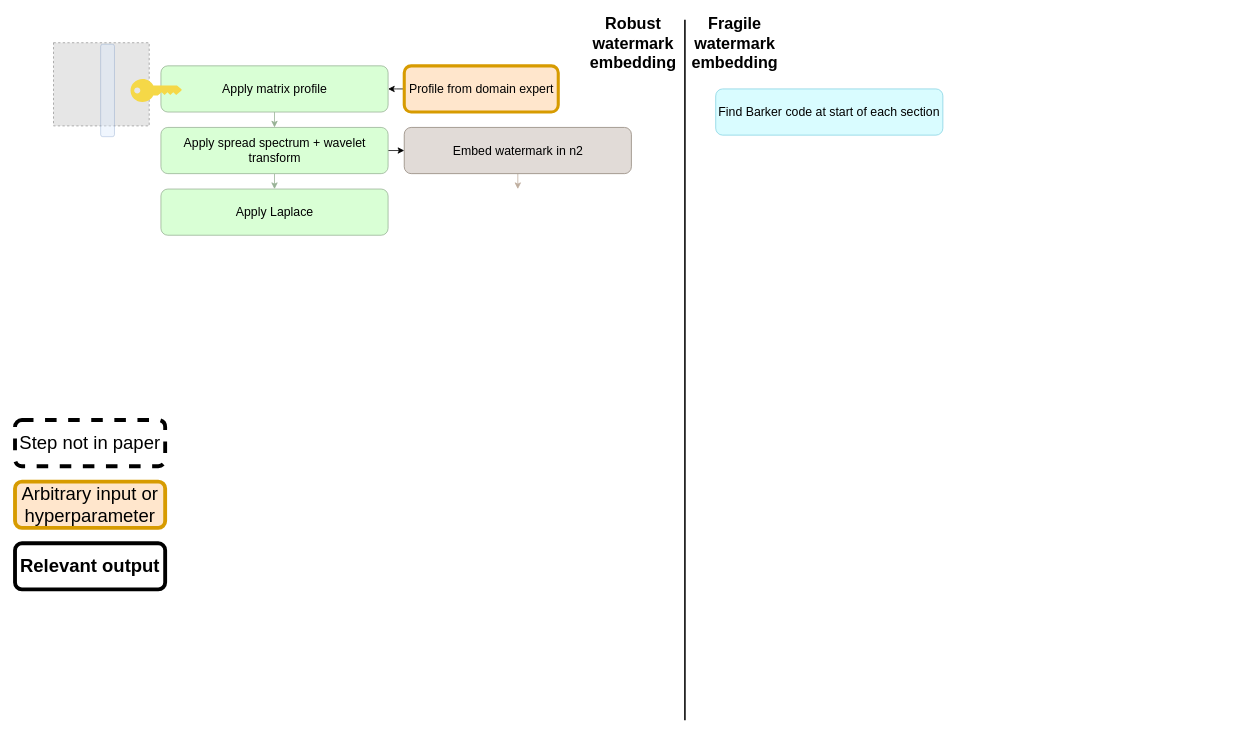
The draw.io diagram diagrams/own_idea.drawio in abiadf/watermarking, before the edit. Source tidied: cells renumbered, new cells numbered last; positions are measured from the earlier drawing's top-left corner, leaving out a move shared by most shapes. Both pictures are drawn from the tidied source at 77%, with x=0, y=0 at pixel (15, 19). Pictures stored in the file or linked from it are replaced by grey dashed boxes.
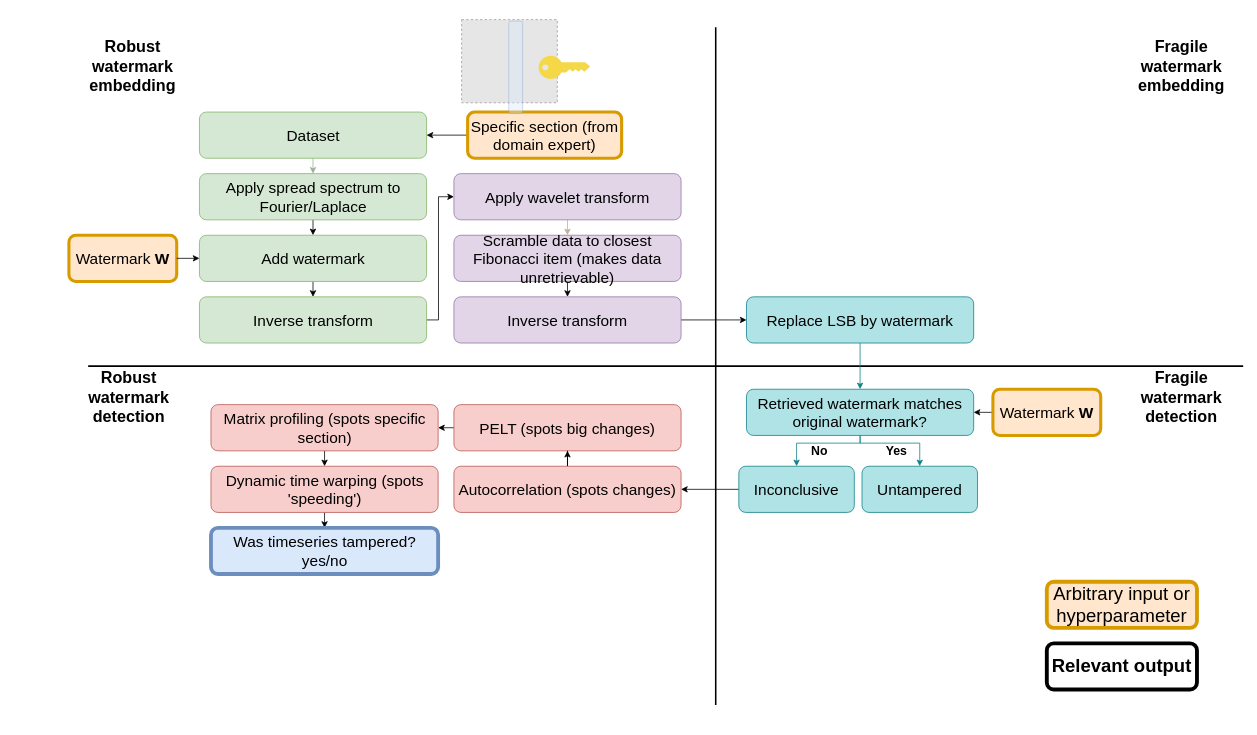
The same page after the edit.

Commit message (it also covers changes not shown here):
some parameter tuning for DWT + diagram changes

Change to the diagram source:
```diff
@@
-    <mxCell id="2" style="edgeStyle=orthogonalEdgeStyle;rounded=0;jettySize=auto;html=1;entryX=1;entryY=0.5;entryDx=0;entryDy=0;fontSize=16;" parent="1" edge="1" source="3" target="5">
-      <mxGeometry relative="1" as="geometry">
-        <Array as="points">
-          <mxPoint x="495.5" y="90" />
-          <mxPoint x="495.5" y="90" />
-        </Array>
-      </mxGeometry>
-    </mxCell>
+    <mxCell id="23" style="edgeStyle=orthogonalEdgeStyle;rounded=0;jettySize=auto;html=1;exitX=0;exitY=0.5;exitDx=0;exitDy=0;entryX=1;entryY=0.5;entryDx=0;entryDy=0;" parent="1" edge="1" source="3" target="38">
+      <mxGeometry relative="1" as="geometry" />
+    </mxCell>
-    <mxCell id="3" value="Profile from domain expert" style="rounded=1;whiteSpace=wrap;html=1;fillColor=#ffe6cc;strokeColor=#d79b00;fontSize=16;strokeWidth=4;" parent="1" vertex="1">
-      <mxGeometry x="505.5" y="60" width="200" height="60" as="geometry" />
+    <mxCell id="3" value="Specific section (from domain expert)" style="rounded=1;whiteSpace=wrap;html=1;fillColor=#ffe6cc;strokeColor=#d79b00;fontSize=20;strokeWidth=4;" parent="1" vertex="1">
+      <mxGeometry x="587.8" y="120" width="200" height="60" as="geometry" />
     </mxCell>
-    <mxCell id="4" style="edgeStyle=orthogonalEdgeStyle;rounded=0;jettySize=auto;html=1;exitX=0.5;exitY=1;exitDx=0;exitDy=0;entryX=0.5;entryY=0;entryDx=0;entryDy=0;fillColor=#dae8fc;strokeColor=#97B295;fontSize=16;" parent="1" edge="1" source="5" target="10">
-      <mxGeometry relative="1" as="geometry" />
+    <mxCell id="4" style="edgeStyle=orthogonalEdgeStyle;rounded=0;jettySize=auto;html=1;exitX=0.5;exitY=1;exitDx=0;exitDy=0;entryX=0.5;entryY=0;entryDx=0;entryDy=0;fillColor=#dae8fc;strokeColor=#97B295;fontSize=20;" parent="1" edge="1" target="10">
+      <mxGeometry relative="1" as="geometry">
+        <mxPoint x="387" y="180" as="sourcePoint" />
+      </mxGeometry>
     </mxCell>
-    <mxCell id="5" value="&lt;div&gt;Apply matrix profile&lt;/div&gt;" style="rounded=1;whiteSpace=wrap;html=1;fillColor=#D9FFD5;strokeColor=#97B295;fontSize=16;" parent="1" vertex="1">
-      <mxGeometry x="189.5" y="60" width="295" height="60" as="geometry" />
-    </mxCell>
-    <mxCell id="6" style="edgeStyle=orthogonalEdgeStyle;rounded=0;jettySize=auto;html=1;entryX=0.5;entryY=0;entryDx=0;entryDy=0;fillColor=#d5e8d4;strokeColor=#BEAD9E;fontSize=16;" parent="1" edge="1" source="7">
+    <mxCell id="6" style="edgeStyle=orthogonalEdgeStyle;rounded=0;jettySize=auto;html=1;entryX=0.5;entryY=0;entryDx=0;entryDy=0;fillColor=#d5e8d4;strokeColor=#BEAD9E;fontSize=20;" parent="1" edge="1" source="7">
       <mxGeometry relative="1" as="geometry">
-        <mxPoint x="653" y="220" as="targetPoint" />
+        <mxPoint x="717.5" y="280" as="targetPoint" />
       </mxGeometry>
     </mxCell>
-    <mxCell id="7" value="&lt;div&gt;Embed watermark in n2&lt;/div&gt;" style="rounded=1;whiteSpace=wrap;html=1;fillColor=#E1DBD7;strokeColor=#918579;fontSize=16;" parent="1" vertex="1">
-      <mxGeometry x="505.5" y="140" width="295" height="60" as="geometry" />
+    <mxCell id="7" value="&lt;div&gt;Apply wavelet transform&lt;/div&gt;" style="rounded=1;whiteSpace=wrap;html=1;fillColor=#e1d5e7;strokeColor=#9673a6;fontSize=20;" parent="1" vertex="1">
+      <mxGeometry x="570" y="200" width="295" height="60" as="geometry" />
     </mxCell>
-    <mxCell id="8" style="edgeStyle=orthogonalEdgeStyle;rounded=0;jettySize=auto;html=1;exitX=0.5;exitY=1;exitDx=0;exitDy=0;entryX=0.5;entryY=0;entryDx=0;entryDy=0;fillColor=#dae8fc;strokeColor=#97B295;fontSize=16;" parent="1" edge="1" source="10" target="11">
-      <mxGeometry relative="1" as="geometry" />
-    </mxCell>
-    <mxCell id="9" style="edgeStyle=orthogonalEdgeStyle;rounded=0;jettySize=auto;html=1;exitX=1;exitY=0.5;exitDx=0;exitDy=0;entryX=0;entryY=0.5;entryDx=0;entryDy=0;" parent="1" edge="1" source="10" target="7">
-      <mxGeometry relative="1" as="geometry" />
+    <mxCell id="9" style="edgeStyle=orthogonalEdgeStyle;rounded=0;jettySize=auto;html=1;exitX=1;exitY=0.5;exitDx=0;exitDy=0;entryX=0;entryY=0.5;entryDx=0;entryDy=0;fontSize=20;" parent="1" edge="1" source="48" target="7">
+      <mxGeometry relative="1" as="geometry">
+        <Array as="points">
+          <mxPoint x="550" y="390" />
+          <mxPoint x="550" y="230" />
+        </Array>
+      </mxGeometry>
     </mxCell>
+    <mxCell id="24" style="edgeStyle=orthogonalEdgeStyle;rounded=0;jettySize=auto;html=1;exitX=0.5;exitY=1;exitDx=0;exitDy=0;entryX=0.5;entryY=0;entryDx=0;entryDy=0;" parent="1" edge="1" source="10" target="47">
+      <mxGeometry relative="1" as="geometry" />
+    </mxCell>
-    <mxCell id="10" value="&lt;div&gt;Apply spread spectrum + wavelet transform&lt;/div&gt;" style="rounded=1;whiteSpace=wrap;html=1;fillColor=#D9FFD5;strokeColor=#97B295;fontSize=16;" parent="1" vertex="1">
-      <mxGeometry x="189.5" y="140" width="295" height="60" as="geometry" />
+    <mxCell id="10" value="&lt;div&gt;Apply spread spectrum to Fourier/Laplace&lt;/div&gt;" style="rounded=1;whiteSpace=wrap;html=1;fillColor=#d5e8d4;strokeColor=#82b366;fontSize=20;" parent="1" vertex="1">
+      <mxGeometry x="239.5" y="200" width="295" height="60" as="geometry" />
     </mxCell>
-    <mxCell id="11" value="Apply Laplace" style="rounded=1;whiteSpace=wrap;html=1;fillColor=#D9FFD5;strokeColor=#97B295;fontSize=16;" parent="1" vertex="1">
-      <mxGeometry x="189.5" y="220" width="295" height="60" as="geometry" />
-    </mxCell>
-    <mxCell id="12" value="&lt;font&gt;Step not in paper&lt;/font&gt;" style="rounded=1;whiteSpace=wrap;html=1;fillColor=none;strokeColor=#000000;fontSize=24;dashed=1;strokeWidth=5;" parent="1" vertex="1">
-      <mxGeometry y="520" width="195" height="60" as="geometry" />
-    </mxCell>
     <mxCell id="13" value="&lt;font&gt;Arbitrary input or hyperparameter&lt;/font&gt;" style="rounded=1;whiteSpace=wrap;html=1;fillColor=#ffe6cc;strokeColor=#d79b00;fontSize=24;strokeWidth=5;" parent="1" vertex="1">
-      <mxGeometry y="600" width="195" height="60" as="geometry" />
+      <mxGeometry x="1340" y="730" width="195" height="60" as="geometry" />
     </mxCell>
     <mxCell id="14" value="&lt;span&gt;&lt;b&gt;Relevant output&lt;/b&gt;&lt;/span&gt;" style="rounded=1;whiteSpace=wrap;html=1;fillColor=none;strokeColor=#000000;fontSize=24;strokeWidth=5;" parent="1" vertex="1">
-      <mxGeometry y="680" width="195" height="60" as="geometry" />
+      <mxGeometry x="1340" y="810" width="195" height="60" as="geometry" />
     </mxCell>
     <mxCell id="15" value="&lt;font&gt;Fragile watermark embedding&lt;/font&gt;" style="text;html=1;align=center;verticalAlign=middle;whiteSpace=wrap;rounded=0;fontStyle=1;fontSize=21;" parent="1" vertex="1">
-      <mxGeometry x="900" y="10" width="70" height="40" as="geometry" />
+      <mxGeometry x="1480" y="40" width="70" height="40" as="geometry" />
     </mxCell>
     <mxCell id="16" style="endArrow=none;html=1;rounded=0;strokeWidth=2;" parent="1" edge="1">
       <mxGeometry relative="1" as="geometry">
-        <mxPoint x="870" y="910" as="sourcePoint" />
-        <mxPoint x="870" as="targetPoint" />
+        <mxPoint x="910" y="890" as="sourcePoint" />
+        <mxPoint x="910" y="10" as="targetPoint" />
       </mxGeometry>
     </mxCell>
-    <mxCell id="17" value="&lt;div&gt;Find Barker code at start of each section&lt;/div&gt;" style="rounded=1;whiteSpace=wrap;html=1;fillColor=#D9FCFF;strokeColor=#85D3E3;fontSize=16;" parent="1" vertex="1">
-      <mxGeometry x="910" y="90" width="295" height="60" as="geometry" />
-    </mxCell>
     <mxCell id="18" value="&lt;font&gt;Robust watermark embedding&lt;/font&gt;" style="text;html=1;align=center;verticalAlign=middle;whiteSpace=wrap;rounded=0;fontStyle=1;fontSize=21;" parent="1" vertex="1">
-      <mxGeometry x="740" y="10" width="125.5" height="40" as="geometry" />
+      <mxGeometry x="90" y="40" width="125.5" height="40" as="geometry" />
     </mxCell>
     <mxCell id="19" style="group;" parent="1" vertex="1">
-      <mxGeometry x="50" y="30" width="166.7" height="120" as="geometry" />
+      <mxGeometry x="580" width="166.7" height="120" as="geometry" />
     </mxCell>
@@
+    <mxCell id="25" style="endArrow=none;html=1;rounded=0;strokeWidth=2;" parent="1" edge="1">
+      <mxGeometry relative="1" as="geometry">
+        <mxPoint x="1595" y="450" as="sourcePoint" />
+        <mxPoint x="95" y="450" as="targetPoint" />
+      </mxGeometry>
+    </mxCell>
+    <mxCell id="26" value="&lt;font&gt;Fragile watermark detection&lt;/font&gt;" style="text;html=1;align=center;verticalAlign=middle;whiteSpace=wrap;rounded=0;fontStyle=1;fontSize=21;" parent="1" vertex="1">
+      <mxGeometry x="1480" y="470" width="70" height="40" as="geometry" />
+    </mxCell>
+    <mxCell id="27" value="&lt;font&gt;Robust watermark detection&lt;/font&gt;" style="text;html=1;align=center;verticalAlign=middle;whiteSpace=wrap;rounded=0;fontStyle=1;fontSize=21;" parent="1" vertex="1">
+      <mxGeometry x="84.5" y="470" width="125.5" height="40" as="geometry" />
+    </mxCell>
+    <mxCell id="28" style="edgeStyle=orthogonalEdgeStyle;rounded=0;jettySize=auto;html=1;exitX=0.5;exitY=1;exitDx=0;exitDy=0;entryX=0.5;entryY=0;entryDx=0;entryDy=0;" parent="1" edge="1" source="29" target="33">
+      <mxGeometry relative="1" as="geometry" />
+    </mxCell>
+    <mxCell id="29" value="&lt;div&gt;Matrix profiling (spots specific section)&lt;/div&gt;" style="rounded=1;whiteSpace=wrap;html=1;fillColor=#f8cecc;strokeColor=#b85450;fontSize=20;" parent="1" vertex="1">
+      <mxGeometry x="254.5" y="500" width="295" height="60" as="geometry" />
+    </mxCell>
+    <mxCell id="30" style="edgeStyle=orthogonalEdgeStyle;rounded=0;jettySize=auto;html=1;exitX=0;exitY=0.5;exitDx=0;exitDy=0;entryX=1;entryY=0.5;entryDx=0;entryDy=0;" parent="1" edge="1" source="31" target="29">
+      <mxGeometry relative="1" as="geometry" />
+    </mxCell>
+    <mxCell id="31" value="&lt;div&gt;&lt;font&gt;PELT (spots big changes)&lt;/font&gt;&lt;/div&gt;" style="rounded=1;whiteSpace=wrap;html=1;fillColor=#f8cecc;strokeColor=#b85450;fontSize=20;" parent="1" vertex="1">
+      <mxGeometry x="570" y="500" width="295" height="60" as="geometry" />
+    </mxCell>
+    <mxCell id="32" style="edgeStyle=orthogonalEdgeStyle;rounded=0;jettySize=auto;html=1;exitX=0.5;exitY=1;exitDx=0;exitDy=0;entryX=0.5;entryY=0;entryDx=0;entryDy=0;" parent="1" edge="1" source="33" target="39">
+      <mxGeometry relative="1" as="geometry" />
+    </mxCell>
+    <mxCell id="33" value="&lt;div&gt;Dynamic time warping (spots 'speeding')&lt;/div&gt;" style="rounded=1;whiteSpace=wrap;html=1;fillColor=#f8cecc;strokeColor=#b85450;fontSize=20;" parent="1" vertex="1">
+      <mxGeometry x="254.5" y="580" width="295" height="60" as="geometry" />
+    </mxCell>
+    <mxCell id="34" style="edgeStyle=orthogonalEdgeStyle;rounded=0;jettySize=auto;html=1;entryX=0.5;entryY=1;entryDx=0;entryDy=0;" parent="1" edge="1" source="35" target="31">
+      <mxGeometry relative="1" as="geometry" />
+    </mxCell>
+    <mxCell id="35" value="&lt;div&gt;&lt;font&gt;Autocorrelation (spots changes)&lt;/font&gt;&lt;/div&gt;" style="rounded=1;whiteSpace=wrap;html=1;fillColor=#f8cecc;strokeColor=#b85450;fontSize=20;" parent="1" vertex="1">
+      <mxGeometry x="570" y="580" width="295" height="60" as="geometry" />
+    </mxCell>
+    <mxCell id="36" style="edgeStyle=orthogonalEdgeStyle;rounded=0;jettySize=auto;html=1;exitX=0.5;exitY=1;exitDx=0;exitDy=0;entryX=0.5;entryY=0;entryDx=0;entryDy=0;" parent="1" edge="1" source="37" target="45">
+      <mxGeometry relative="1" as="geometry" />
+    </mxCell>
+    <mxCell id="37" value="&lt;div&gt;Scramble data to closest Fibonacci item (makes data unretrievable)&lt;/div&gt;" style="rounded=1;whiteSpace=wrap;html=1;fillColor=#e1d5e7;strokeColor=#9673a6;fontSize=20;" parent="1" vertex="1">
+      <mxGeometry x="570" y="280" width="295" height="60" as="geometry" />
+    </mxCell>
+    <mxCell id="38" value="&lt;div&gt;Dataset&lt;/div&gt;" style="rounded=1;whiteSpace=wrap;html=1;fillColor=#d5e8d4;strokeColor=#82b366;fontSize=20;" parent="1" vertex="1">
+      <mxGeometry x="239.5" y="120" width="295" height="60" as="geometry" />
+    </mxCell>
+    <mxCell id="39" value="&lt;div&gt;Was timeseries tampered? yes/no&lt;/div&gt;" style="rounded=1;whiteSpace=wrap;html=1;fillColor=#dae8fc;strokeColor=#6c8ebf;fontSize=20;strokeWidth=5;" parent="1" vertex="1">
+      <mxGeometry x="254.5" y="660" width="295" height="60" as="geometry" />
+    </mxCell>
+    <mxCell id="40" value="Watermark &lt;b&gt;W&lt;/b&gt;" style="rounded=1;whiteSpace=wrap;html=1;fillColor=#ffe6cc;strokeColor=#d79b00;fontSize=20;strokeWidth=4;" parent="1" vertex="1">
+      <mxGeometry x="70" y="280" width="140" height="60" as="geometry" />
+    </mxCell>
+    <mxCell id="41" style="edgeStyle=orthogonalEdgeStyle;rounded=0;jettySize=auto;html=1;exitX=1;exitY=0.5;exitDx=0;exitDy=0;entryX=0;entryY=0.5;entryDx=0;entryDy=0;" parent="1" edge="1" source="40" target="47">
+      <mxGeometry relative="1" as="geometry">
+        <Array as="points">
+          <mxPoint x="210" y="310" />
+          <mxPoint x="210" y="310" />
+        </Array>
+      </mxGeometry>
+    </mxCell>
+    <mxCell id="42" style="edgeStyle=orthogonalEdgeStyle;rounded=0;jettySize=auto;html=1;entryX=0.5;entryY=0;entryDx=0;entryDy=0;fillColor=#b0e3e6;strokeColor=#0e8088;" parent="1" edge="1" source="43" target="51">
+      <mxGeometry relative="1" as="geometry" />
+    </mxCell>
+    <mxCell id="43" value="&lt;div&gt;Replace LSB by watermark&lt;/div&gt;" style="rounded=1;whiteSpace=wrap;html=1;fillColor=#b0e3e6;strokeColor=#0e8088;fontSize=20;" parent="1" vertex="1">
+      <mxGeometry x="950" y="360" width="295" height="60" as="geometry" />
+    </mxCell>
+    <mxCell id="44" style="edgeStyle=orthogonalEdgeStyle;rounded=0;jettySize=auto;html=1;entryX=0;entryY=0.5;entryDx=0;entryDy=0;" parent="1" edge="1" source="45" target="43">
+      <mxGeometry relative="1" as="geometry">
+        <Array as="points">
+          <mxPoint x="930" y="390" />
+          <mxPoint x="930" y="390" />
+        </Array>
+      </mxGeometry>
+    </mxCell>
+    <mxCell id="45" value="&lt;div&gt;Inverse transform&lt;/div&gt;" style="rounded=1;whiteSpace=wrap;html=1;fillColor=#e1d5e7;strokeColor=#9673a6;fontSize=20;" parent="1" vertex="1">
+      <mxGeometry x="570" y="360" width="295" height="60" as="geometry" />
+    </mxCell>
+    <mxCell id="46" style="edgeStyle=orthogonalEdgeStyle;rounded=0;jettySize=auto;html=1;exitX=0.5;exitY=1;exitDx=0;exitDy=0;entryX=0.5;entryY=0;entryDx=0;entryDy=0;" parent="1" edge="1" source="47" target="48">
+      <mxGeometry relative="1" as="geometry" />
+    </mxCell>
+    <mxCell id="47" value="&lt;div&gt;Add watermark&lt;/div&gt;" style="rounded=1;whiteSpace=wrap;html=1;fillColor=#d5e8d4;strokeColor=#82b366;fontSize=20;" parent="1" vertex="1">
+      <mxGeometry x="239.5" y="280" width="295" height="60" as="geometry" />
+    </mxCell>
+    <mxCell id="48" value="&lt;div&gt;Inverse transform&lt;/div&gt;" style="rounded=1;whiteSpace=wrap;html=1;fillColor=#d5e8d4;strokeColor=#82b366;fontSize=20;" parent="1" vertex="1">
+      <mxGeometry x="239.5" y="360" width="295" height="60" as="geometry" />
+    </mxCell>
+    <mxCell id="49" style="edgeStyle=orthogonalEdgeStyle;rounded=0;jettySize=auto;html=1;exitX=0;exitY=0.5;exitDx=0;exitDy=0;entryX=1;entryY=0.5;entryDx=0;entryDy=0;" parent="1" edge="1" source="50" target="51">
+      <mxGeometry relative="1" as="geometry" />
+    </mxCell>
+    <mxCell id="50" value="Watermark &lt;b&gt;W&lt;/b&gt;" style="rounded=1;whiteSpace=wrap;html=1;fillColor=#ffe6cc;strokeColor=#d79b00;fontSize=20;strokeWidth=4;" parent="1" vertex="1">
+      <mxGeometry x="1270" y="480" width="140" height="60" as="geometry" />
+    </mxCell>
+    <mxCell id="51" value="&lt;div&gt;Retrieved watermark matches original watermark?&lt;/div&gt;" style="rounded=1;whiteSpace=wrap;html=1;fillColor=#b0e3e6;strokeColor=#0e8088;fontSize=20;" parent="1" vertex="1">
+      <mxGeometry x="950" y="480" width="295" height="60" as="geometry" />
+    </mxCell>
+    <mxCell id="52" style="edgeStyle=orthogonalEdgeStyle;rounded=0;jettySize=auto;html=1;exitX=0;exitY=0.5;exitDx=0;exitDy=0;entryX=1;entryY=0.5;entryDx=0;entryDy=0;" parent="1" edge="1" source="53" target="35">
+      <mxGeometry relative="1" as="geometry" />
+    </mxCell>
+    <mxCell id="53" value="Inconclusive" style="rounded=1;whiteSpace=wrap;html=1;fillColor=#b0e3e6;strokeColor=#0e8088;fontSize=20;" parent="1" vertex="1">
+      <mxGeometry x="940" y="580" width="150" height="60" as="geometry" />
+    </mxCell>
+    <mxCell id="54" value="&lt;div&gt;Untampered&lt;/div&gt;" style="rounded=1;whiteSpace=wrap;html=1;fillColor=#b0e3e6;strokeColor=#0e8088;fontSize=20;" parent="1" vertex="1">
+      <mxGeometry x="1100" y="580" width="150" height="60" as="geometry" />
+    </mxCell>
+    <mxCell id="55" style="edgeStyle=orthogonalEdgeStyle;rounded=0;jettySize=auto;html=1;entryX=0.5;entryY=0;entryDx=0;entryDy=0;fillColor=#b0e3e6;strokeColor=#0e8088;" parent="1" edge="1" source="51" target="53">
+      <mxGeometry relative="1" as="geometry">
+        <Array as="points">
+          <mxPoint x="1098" y="550" />
+          <mxPoint x="1015" y="550" />
+        </Array>
+      </mxGeometry>
+    </mxCell>
+    <mxCell id="56" style="edgeStyle=orthogonalEdgeStyle;rounded=0;jettySize=auto;html=1;exitX=0.5;exitY=1;exitDx=0;exitDy=0;entryX=0.5;entryY=0;entryDx=0;entryDy=0;fillColor=#b0e3e6;strokeColor=#0e8088;" parent="1" edge="1" source="51" target="54">
+      <mxGeometry relative="1" as="geometry">
+        <Array as="points">
+          <mxPoint x="1098" y="550" />
+          <mxPoint x="1175" y="550" />
+        </Array>
+      </mxGeometry>
+    </mxCell>
+    <mxCell id="57" value="&lt;font&gt;No&lt;/font&gt;" style="text;html=1;align=center;verticalAlign=middle;whiteSpace=wrap;rounded=0;fontStyle=1;fontSize=16;fillColor=none;strokeColor=none;" parent="1" vertex="1">
+      <mxGeometry x="1020" y="550" width="50" height="20" as="geometry" />
+    </mxCell>
+    <mxCell id="58" value="Yes" style="text;html=1;align=center;verticalAlign=middle;whiteSpace=wrap;rounded=0;fontStyle=1;fontSize=16;fillColor=none;strokeColor=none;" parent="1" vertex="1">
+      <mxGeometry x="1120" y="550" width="50" height="20" as="geometry" />
+    </mxCell>
```
